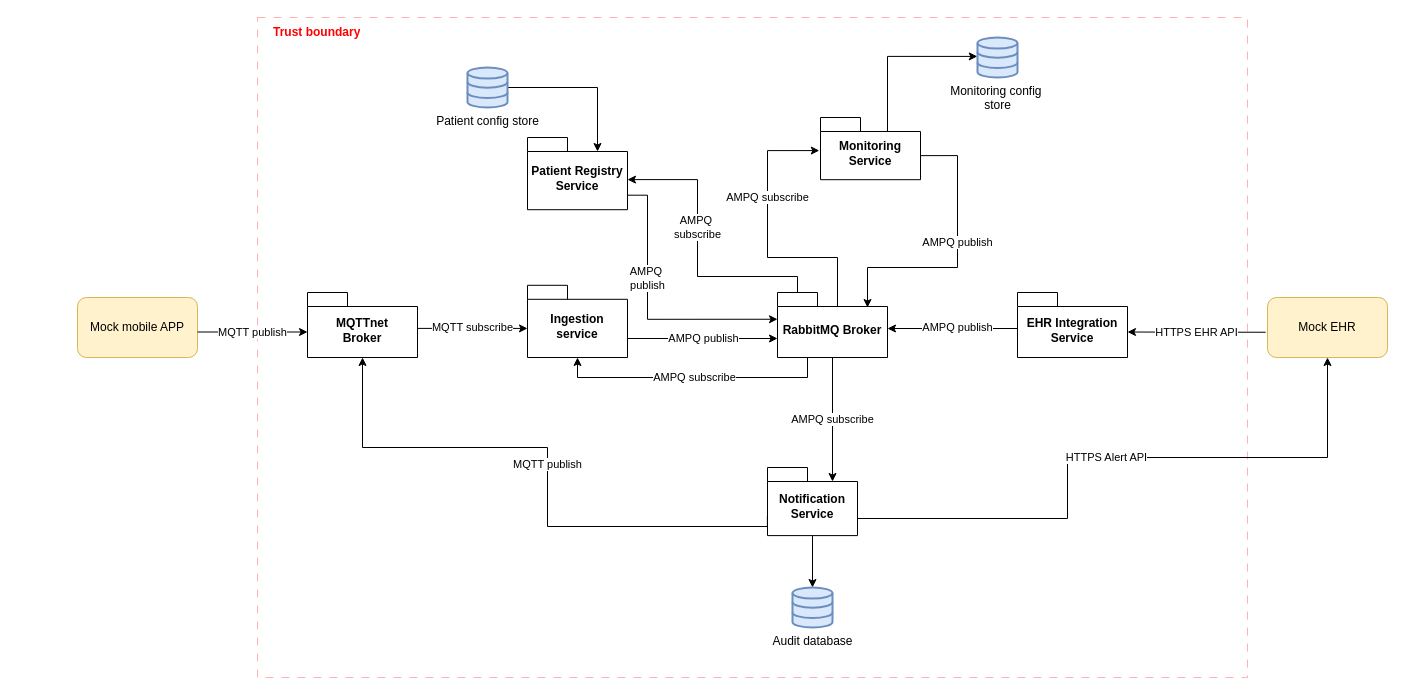
Earlier version of the draw.io diagram docs/CC view.drawio (AlbertPerezB/CagHome). Source tidied: cells renumbered, new cells numbered last; positions are measured from the earlier drawing's top-left corner, leaving out a move shared by most shapes. Both pictures are drawn from the tidied source at 100%, with x=0, y=0 at pixel (77, 17).
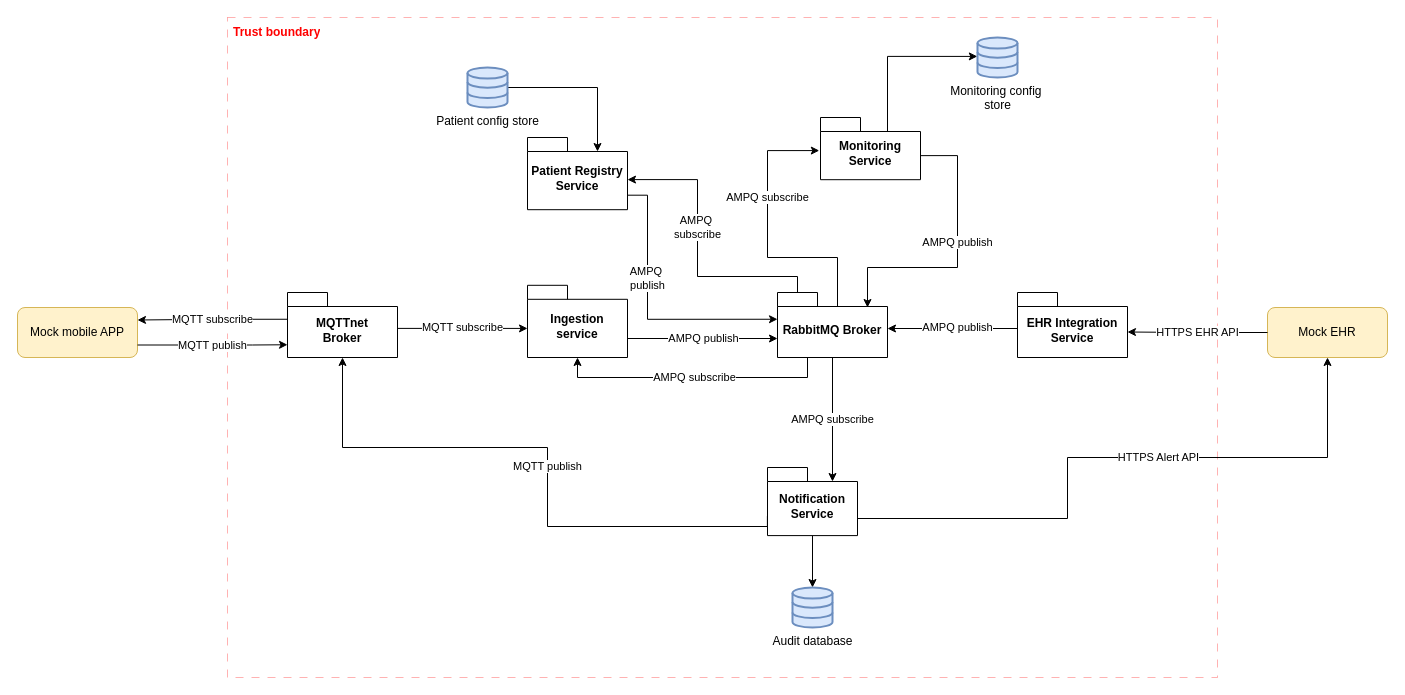
Above is the later version.

Unchanged cells that the change refers to:
```xml
<mxCell id="6" value="Notification Service" style="shape=folder;fontStyle=1;spacingTop=10;tabWidth=40;tabHeight=14;tabPosition=left;html=1;whiteSpace=wrap;" parent="1" vertex="1">
  <mxGeometry x="690" y="450" width="90" height="68.1" as="geometry" />
</mxCell>
<mxCell id="19" value="EHR Integration Service" style="shape=folder;fontStyle=1;spacingTop=10;tabWidth=40;tabHeight=14;tabPosition=left;html=1;whiteSpace=wrap;" parent="1" vertex="1">
  <mxGeometry x="940" y="275" width="110" height="65" as="geometry" />
</mxCell>
```

Diff of the diagram source:
```diff
@@
     <mxCell id="2" style="rounded=0;whiteSpace=wrap;html=1;fillColor=none;strokeColor=#FF0000;shadow=0;glass=0;opacity=30;dashed=1;dashPattern=8 8;" parent="1" vertex="1">
-      <mxGeometry x="180" width="990" height="660" as="geometry" />
+      <mxGeometry x="150" width="990" height="660" as="geometry" />
     </mxCell>
@@
     <mxCell id="4" value="HTTPS Alert API" style="edgeStyle=orthogonalEdgeStyle;rounded=0;jettySize=auto;html=1;entryX=0.5;entryY=1;entryDx=0;entryDy=0;exitX=0;exitY=0;exitDx=90;exitDy=41.035;exitPerimeter=0;" parent="1" edge="1" source="6" target="15">
-      <mxGeometry relative="1" as="geometry">
+      <mxGeometry x="0.16" relative="1" as="geometry">
         <Array as="points">
           <mxPoint x="990" y="501" />
           <mxPoint x="990" y="440" />
           <mxPoint x="1250" y="440" />
         </Array>
       </mxGeometry>
     </mxCell>
@@
     <mxCell id="13" value="MQTT publish" style="edgeStyle=orthogonalEdgeStyle;rounded=0;jettySize=auto;html=1;exitX=-0.001;exitY=0.713;exitDx=0;exitDy=0;exitPerimeter=0;entryX=0.5;entryY=1;entryDx=0;entryDy=0;entryPerimeter=0;" parent="1" edge="1" source="6" target="25">
-      <mxGeometry relative="1" as="geometry">
+      <mxGeometry x="-0.04" relative="1" as="geometry">
         <Array as="points">
+          <mxPoint x="690" y="509" />
           <mxPoint x="470" y="509" />
           <mxPoint x="470" y="430" />
-          <mxPoint x="285" y="430" />
+          <mxPoint x="265" y="430" />
         </Array>
       </mxGeometry>
     </mxCell>
     <mxCell id="14" value="Mock mobile APP" style="rounded=1;whiteSpace=wrap;html=1;fillColor=#fff2cc;strokeColor=#d6b656;" parent="1" vertex="1">
-      <mxGeometry y="280" width="120" height="60" as="geometry" />
+      <mxGeometry x="-60" y="290" width="120" height="50" as="geometry" />
     </mxCell>
     <mxCell id="15" value="Mock EHR" style="rounded=1;whiteSpace=wrap;html=1;fillColor=#fff2cc;strokeColor=#d6b656;" parent="1" vertex="1">
-      <mxGeometry x="1190" y="280" width="120" height="60" as="geometry" />
+      <mxGeometry x="1190" y="290" width="120" height="50" as="geometry" />
     </mxCell>
-    <mxCell id="16" value="MQTT publish" style="edgeStyle=orthogonalEdgeStyle;rounded=0;jettySize=auto;html=1;entryX=0;entryY=0;entryDx=0;entryDy=39.5;entryPerimeter=0;" parent="1" edge="1" source="14" target="25">
+    <mxCell id="16" value="MQTT publish" style="edgeStyle=orthogonalEdgeStyle;rounded=0;jettySize=auto;html=1;entryX=0;entryY=0;entryDx=0;entryDy=52.25;entryPerimeter=0;exitX=1;exitY=0.75;exitDx=0;exitDy=0;" parent="1" edge="1" source="14" target="25">
       <mxGeometry relative="1" as="geometry">
         <Array as="points">
-          <mxPoint x="175" y="315" />
+          <mxPoint x="175" y="328" />
         </Array>
       </mxGeometry>
     </mxCell>
@@
-    <mxCell id="20" value="HTTPS EHR API" style="edgeStyle=orthogonalEdgeStyle;rounded=0;jettySize=auto;html=1;entryX=0;entryY=0;entryDx=110;entryDy=39.5;entryPerimeter=0;exitX=-0.015;exitY=0.579;exitDx=0;exitDy=0;exitPerimeter=0;" parent="1" edge="1" source="15" target="19">
-      <mxGeometry x="-0.01" relative="1" as="geometry" />
+    <mxCell id="20" value="HTTPS EHR API" style="edgeStyle=orthogonalEdgeStyle;rounded=0;jettySize=auto;html=1;entryX=0;entryY=0;entryDx=110;entryDy=39.5;entryPerimeter=0;exitX=0;exitY=0.5;exitDx=0;exitDy=0;" parent="1" edge="1" source="15" target="19">
+      <mxGeometry relative="1" as="geometry" />
     </mxCell>
@@
     <mxCell id="22" value="&lt;b&gt;&lt;font style=&quot;color: rgb(255, 0, 0);&quot;&gt;Trust boundary&lt;/font&gt;&lt;/b&gt;" style="text;strokeColor=none;fillColor=none;align=left;verticalAlign=middle;spacingLeft=4;spacingRight=4;overflow=hidden;whiteSpace=wrap;html=1;fontColor=light-dark(#4eae4e, #ededed);" parent="1" vertex="1">
-      <mxGeometry x="190" width="120" height="30" as="geometry" />
+      <mxGeometry x="150" width="120" height="30" as="geometry" />
     </mxCell>
@@
+    <mxCell id="32" value="MQTT subscribe" style="edgeStyle=orthogonalEdgeStyle;rounded=0;jettySize=auto;html=1;entryX=1;entryY=0.25;entryDx=0;entryDy=0;exitX=0;exitY=0;exitDx=0;exitDy=26.75;exitPerimeter=0;" parent="1" edge="1" source="25" target="14">
+      <mxGeometry relative="1" as="geometry" />
+    </mxCell>
     <mxCell id="25" value="MQTTnet&lt;div&gt;Broker&lt;/div&gt;" style="shape=folder;fontStyle=1;spacingTop=10;tabWidth=40;tabHeight=14;tabPosition=left;html=1;whiteSpace=wrap;" parent="1" vertex="1">
-      <mxGeometry x="230" y="275" width="110" height="65" as="geometry" />
+      <mxGeometry x="210" y="275" width="110" height="65" as="geometry" />
     </mxCell>
```
